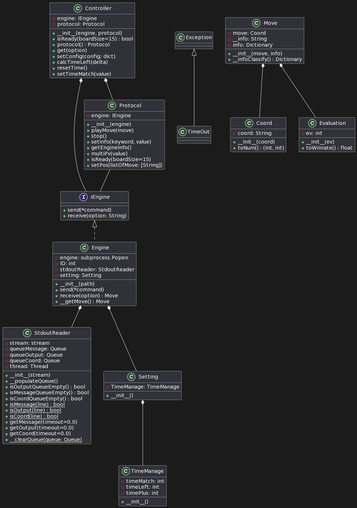
Earlier version of the PlantUML export UML diagram.png (nguyencongminh090/PyGomo).
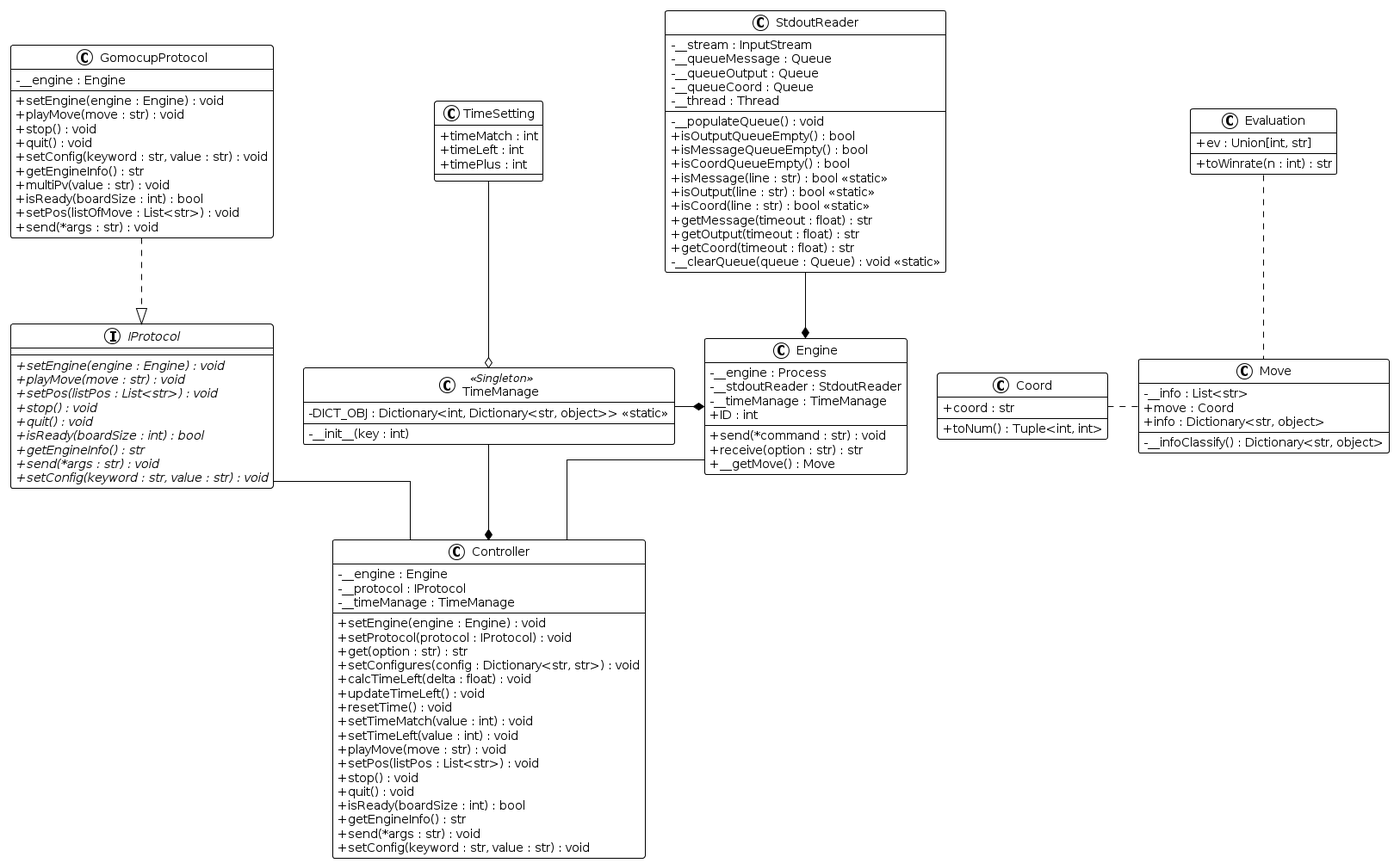
Above is the later version.

Diff of the diagram source:
```diff
@@ -1,106 +1,123 @@
 @startuml
+!theme plain
+skinparam linetype ortho
+skinparam monochrome true
+skinparam classAttributeIconSize 0
+skinparam shadowing false
+
 class StdoutReader {
-    - stream: stream
-    - queueMessage: Queue
-    - queueOutput: Queue
-    - queueCoord: Queue
-    - thread: Thread
-    + __init__(stream)
-    + __populateQueue()
+    - __stream : InputStream
+    - __queueMessage : Queue
+    - __queueOutput : Queue
+    - __queueCoord : Queue
+    - __thread : Thread
+    - __populateQueue() : void
     + isOutputQueueEmpty() : bool
     + isMessageQueueEmpty() : bool
     + isCoordQueueEmpty() : bool
-    + isMessage(line) : bool {static}
-    + isOutput(line) : bool {static}
-    + isCoord(line) : bool {static}
-    + getMessage(timeout=0.0)
-    + getOutput(timeout=0.0)
-    + getCoord(timeout=0.0)
-    + __clearQueue(queue: Queue) {static}
+    + isMessage(line : str) : bool <<static>>
+    + isOutput(line : str) : bool <<static>>
+    + isCoord(line : str) : bool <<static>>
+    + getMessage(timeout : float) : str
+    + getOutput(timeout : float) : str
+    + getCoord(timeout : float) : str
+    - __clearQueue(queue : Queue) : void <<static>>
 }
 
-interface IEngine {
-    + send(*command)
-    + receive(option: String)
-}
-
-class Engine implements IEngine {
-    - engine: subprocess.Popen
-    - ID: int
-    - stdoutReader: StdoutReader
-    - setting: Setting
-    + __init__(path)
-    + send(*command)
-    + receive(option) : Move
+class Engine {
+    - __engine : Process
+    - __stdoutReader : StdoutReader
+    - __timeManage : TimeManage
+    + ID : int
+    + send(*command : str) : void
+    + receive(option : str) : str
     + __getMove() : Move
 }
 
-class Controller {
-    - engine: IEngine
-    - protocol: Protocol
-    + __init__(engine, protocol)
-    + isReady(boardSize=15) : bool
-    + protocol() : Protocol
-    + get(option)
-    + setConfig(config: dict)
-    + calcTimeLeft(delta)
-    + resetTime()
-    + setTimeMatch(value)
+interface IProtocol {
+    + {abstract} setEngine(engine : Engine) : void
+    + {abstract} playMove(move : str) : void
+    + {abstract} setPos(listPos : List<str>) : void
+    + {abstract} stop() : void
+    + {abstract} quit() : void
+    + {abstract} isReady(boardSize : int) : bool
+    + {abstract} getEngineInfo() : str
+    + {abstract} send(*args : str) : void
+    + {abstract} setConfig(keyword : str, value : str) : void
 }
 
-class Protocol {
-    - engine: IEngine
-    + __init__(engine)
-    + playMove(move)
-    + stop()
-    + setInfo(keyword, value)
-    + getEngineInfo()
-    + multiPv(value)
-    + isReady(boardSize=15)
-    + setPos(listOfMove: [String])
+class GomocupProtocol {
+    - __engine : Engine
+    + setEngine(engine : Engine) : void
+    + playMove(move : str) : void
+    + stop() : void
+    + quit() : void
+    + setConfig(keyword : str, value : str) : void
+    + getEngineInfo() : str
+    + multiPv(value : str) : void
+    + isReady(boardSize : int) : bool
+    + setPos(listOfMove : List<str>) : void
+    + send(*args : str) : void
 }
 
-class Setting {
-    - TimeManage: TimeManage
-    + __init__()
+class TimeManage <<Singleton>> {
+    - DICT_OBJ : Dictionary<int, Dictionary<str, object>> <<static>>
+    - __init__(key : int)
 }
 
-class TimeManage {
-    - timeMatch: int
-    - timeLeft: int
-    - timePlus: int
-    + __init__()
+class Controller {
+    - __engine : Engine
+    - __protocol : IProtocol
+    - __timeManage : TimeManage
+    + setEngine(engine : Engine) : void
+    + setProtocol(protocol : IProtocol) : void
+    + get(option : str) : str
+    + setConfigures(config : Dictionary<str, str>) : void
+    + calcTimeLeft(delta : float) : void
+    + updateTimeLeft() : void
+    + resetTime() : void
+    + setTimeMatch(value : int) : void
+    + setTimeLeft(value : int) : void
+    + playMove(move : str) : void
+    + setPos(listPos : List<str>) : void
+    + stop() : void
+    + quit() : void
+    + isReady(boardSize : int) : bool
+    + getEngineInfo() : str
+    + send(*args : str) : void
+    + setConfig(keyword : str, value : str) : void
 }
 
-class TimeOut extends Exception {
+class TimeSetting {
+    + timeMatch : int
+    + timeLeft : int
+    + timePlus : int
 }
 
 class Move {
-    - move: Coord
-    - __info: String
-    - info: Dictionary
-    + __init__(move, info)
-    + __infoClassify() : Dictionary
+    - __info : List<str>
+    + move : Coord
+    + info : Dictionary<str, object>
+    - __infoClassify() : Dictionary<str, object>
 }
 
 class Coord {
-    - coord: String
-    + __init__(coord)
-    + toNum() : (int, int)
+    + coord : str
+    + toNum() : Tuple<int, int>
 }
 
 class Evaluation {
-    - ev: int
-    + __init__(ev)
-    + toWinrate() : float
+    + ev : Union[int, str]
+    + toWinrate(n : int) : str
 }
 
-Engine *-- StdoutReader
-Engine *-- Setting
-Setting *-- TimeManage
-Move *-- Coord
-Move *-- Evaluation
-Controller *-- IEngine
-Controller *-- Protocol
-Protocol -- IEngine
+StdoutReader --* Engine
+TimeManage -* Engine
+TimeManage -* Controller
+TimeSetting --o TimeManage
+GomocupProtocol ..^  IProtocol
+IProtocol -- Controller
+Engine -- Controller
+Coord . Move
+Evaluation .. Move
 @enduml
```
